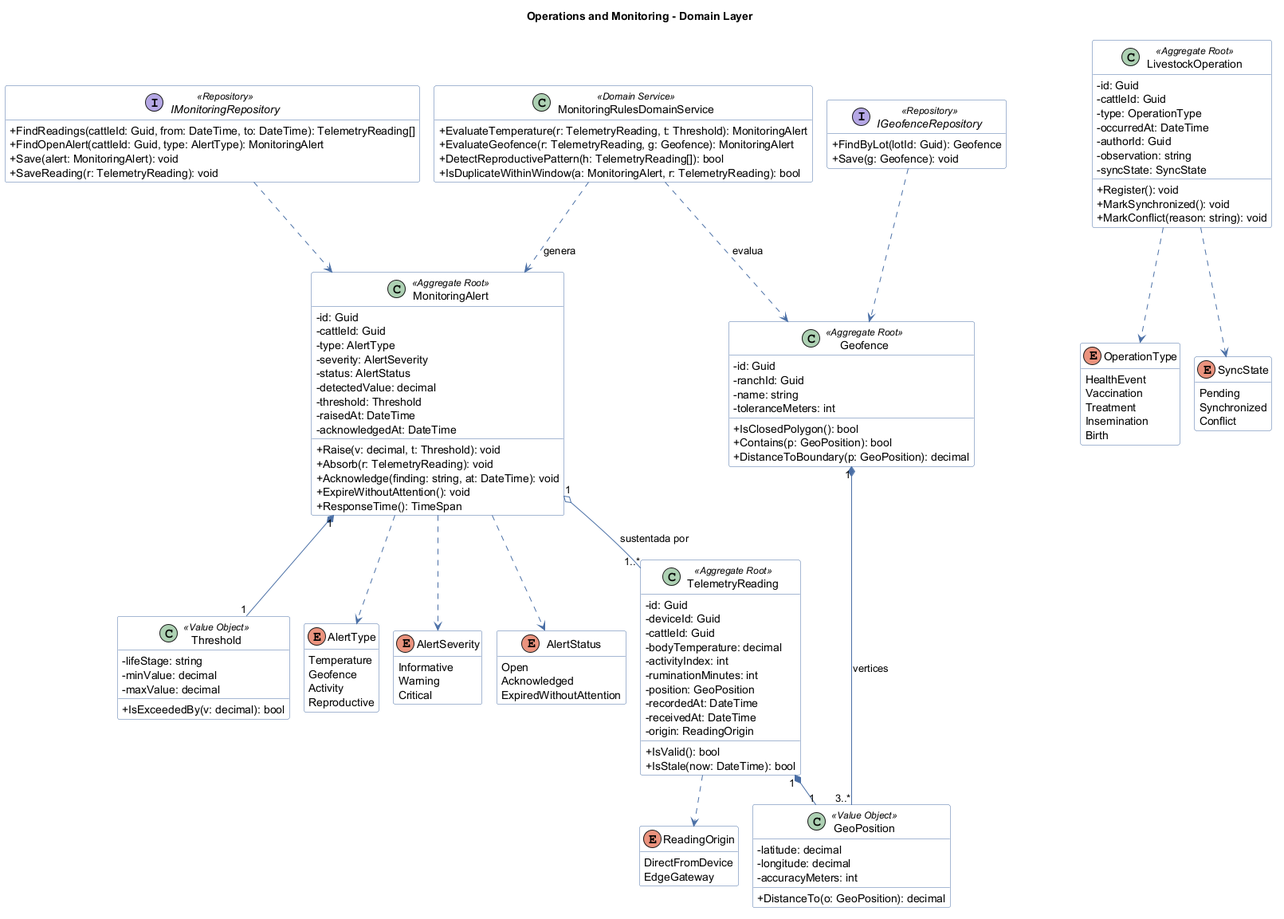
This is report/assets/images/diagrams/class-monitoring.png from five-smart-farm-creators/ichu-report, a PlantUML export, as it was before one commit. The source it was exported from:
```plantuml
@startuml
!pragma layout smetana
skinparam classAttributeIconSize 0
skinparam shadowing false
skinparam linetype ortho
skinparam class {
  BackgroundColor #FFFFFF
  BorderColor #4A6FA5
  ArrowColor #4A6FA5
}
hide empty members
title Operations and Monitoring - Domain Layer

class TelemetryReading <<Aggregate Root>> {
  -id: Guid
  -deviceId: Guid
  -cattleId: Guid
  -bodyTemperature: decimal
  -activityIndex: int
  -ruminationMinutes: int
  -position: GeoPosition
  -recordedAt: DateTime
  -receivedAt: DateTime
  -origin: ReadingOrigin
  +IsValid(): bool
  +IsStale(now: DateTime): bool
}
class MonitoringAlert <<Aggregate Root>> {
  -id: Guid
  -cattleId: Guid
  -type: AlertType
  -severity: AlertSeverity
  -status: AlertStatus
  -detectedValue: decimal
  -threshold: Threshold
  -raisedAt: DateTime
  -acknowledgedAt: DateTime
  +Raise(v: decimal, t: Threshold): void
  +Absorb(r: TelemetryReading): void
  +Acknowledge(finding: string, at: DateTime): void
  +ExpireWithoutAttention(): void
  +ResponseTime(): TimeSpan
}
class Geofence <<Aggregate Root>> {
  -id: Guid
  -ranchId: Guid
  -name: string
  -toleranceMeters: int
  +IsClosedPolygon(): bool
  +Contains(p: GeoPosition): bool
  +DistanceToBoundary(p: GeoPosition): decimal
}
class LivestockOperation <<Aggregate Root>> {
  -id: Guid
  -cattleId: Guid
  -type: OperationType
  -occurredAt: DateTime
  -authorId: Guid
  -observation: string
  -syncState: SyncState
  +Register(): void
  +MarkSynchronized(): void
  +MarkConflict(reason: string): void
}
class Threshold <<Value Object>> {
  -lifeStage: string
  -minValue: decimal
  -maxValue: decimal
  +IsExceededBy(v: decimal): bool
}
class GeoPosition <<Value Object>> {
  -latitude: decimal
  -longitude: decimal
  -accuracyMeters: int
  +DistanceTo(o: GeoPosition): decimal
}
enum AlertType {
  Temperature
  Geofence
  Activity
  Reproductive
}
enum AlertSeverity {
  Informative
  Warning
  Critical
}
enum AlertStatus {
  Open
  Acknowledged
  ExpiredWithoutAttention
}
enum OperationType {
  HealthEvent
  Vaccination
  Treatment
  Insemination
  Birth
}
enum ReadingOrigin {
  DirectFromDevice
  EdgeGateway
}
enum SyncState {
  Pending
  Synchronized
  Conflict
}
class MonitoringRulesDomainService <<Domain Service>> {
  +EvaluateTemperature(r: TelemetryReading, t: Threshold): MonitoringAlert
  +EvaluateGeofence(r: TelemetryReading, g: Geofence): MonitoringAlert
  +DetectReproductivePattern(h: TelemetryReading[]): bool
  +IsDuplicateWithinWindow(a: MonitoringAlert, r: TelemetryReading): bool
}
interface IMonitoringRepository <<Repository>> {
  +FindReadings(cattleId: Guid, from: DateTime, to: DateTime): TelemetryReading[]
  +FindOpenAlert(cattleId: Guid, type: AlertType): MonitoringAlert
  +Save(alert: MonitoringAlert): void
  +SaveReading(r: TelemetryReading): void
}
interface IGeofenceRepository <<Repository>> {
  +FindByLot(lotId: Guid): Geofence
  +Save(g: Geofence): void
}
MonitoringAlert "1" o-- "1..*" TelemetryReading : sustentada por >
MonitoringAlert "1" *-- "1" Threshold
TelemetryReading "1" *-- "1" GeoPosition
Geofence "1" *-- "3..*" GeoPosition : vertices >
MonitoringAlert ..> AlertType
MonitoringAlert ..> AlertSeverity
MonitoringAlert ..> AlertStatus
TelemetryReading ..> ReadingOrigin
LivestockOperation ..> OperationType
LivestockOperation ..> SyncState
MonitoringRulesDomainService ..> MonitoringAlert : genera >
MonitoringRulesDomainService ..> Geofence : evalua >
IMonitoringRepository ..> MonitoringAlert
IGeofenceRepository ..> Geofence
@enduml
```
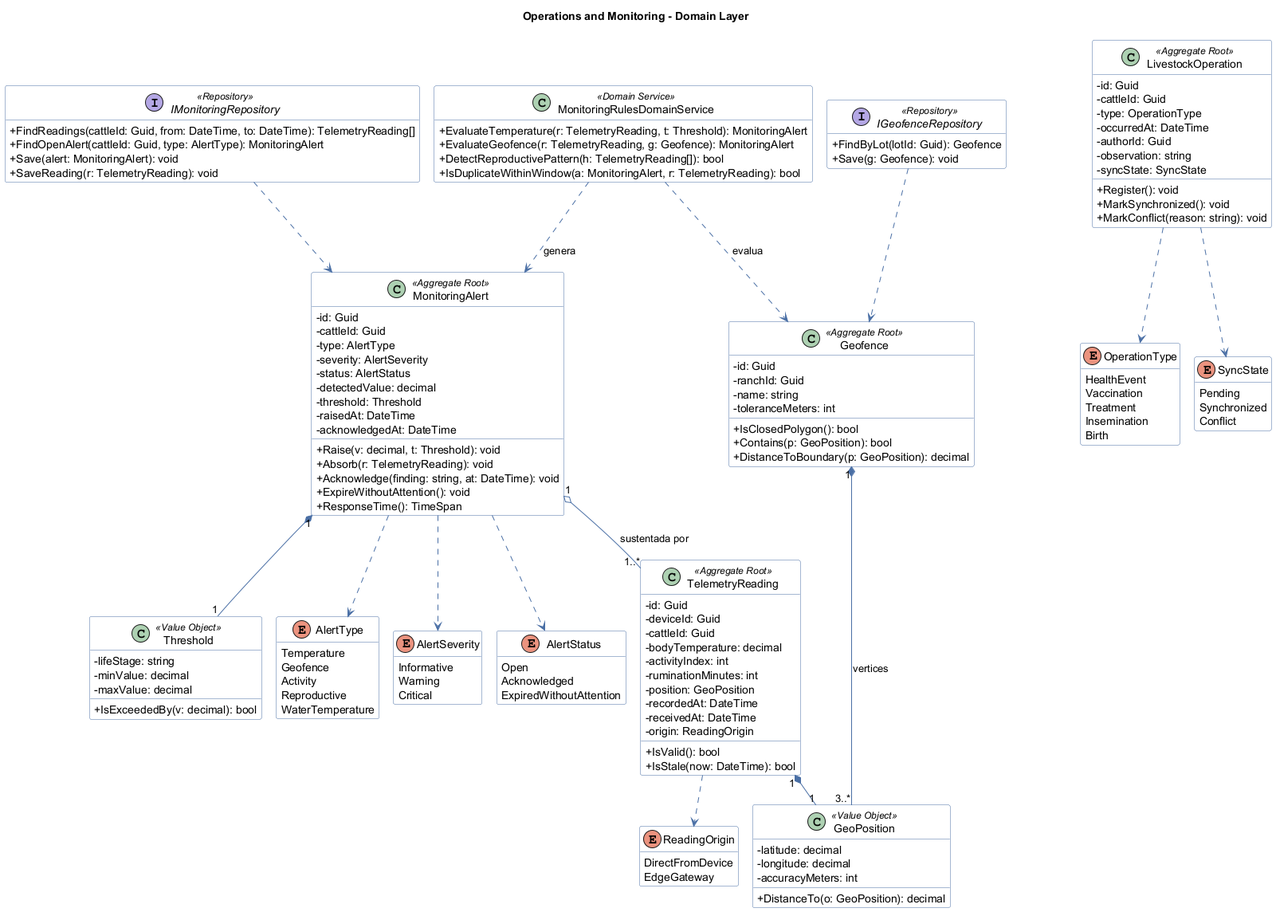
Above is the later version.

The edit, as a diff of the source:
```diff
@@ -79,6 +79,7 @@
   Geofence
   Activity
   Reproductive
+  WaterTemperature
 }
 enum AlertSeverity {
   Informative
```
